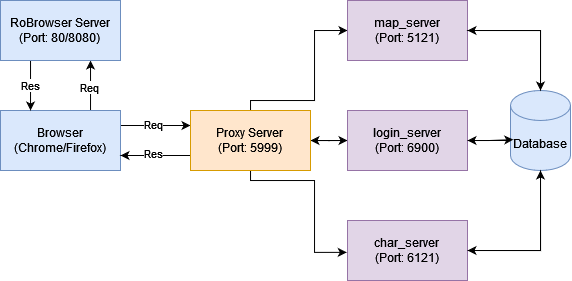
techguru536/roBrowserLegacy keeps this draw.io diagram as doc/img/ro-browser-app-flow.png. Above is the earlier version. Source tidied: cells renumbered, new cells last; positions are measured from the earlier drawing's top-left corner, leaving out a move shared by most shapes.
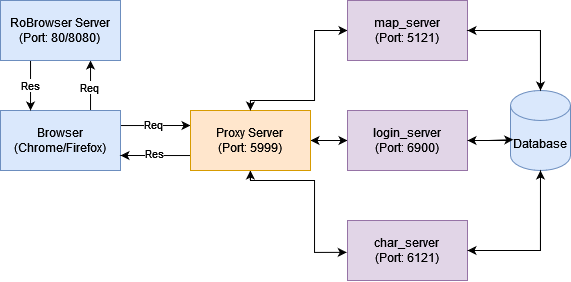
The same diagram one commit later.

Diff of the diagram source:
```diff
@@ -126,8 +126,28 @@
         <mxPoint x="6" y="-3" as="offset" />
       </mxGeometry>
     </mxCell>
+    <mxCell id="27" style="edgeStyle=orthogonalEdgeStyle;rounded=0;orthogonalLoop=1;jettySize=auto;html=1;" parent="1" edge="1">
+      <mxGeometry relative="1" as="geometry">
+        <mxPoint x="249.9" y="170" as="sourcePoint" />
+        <mxPoint x="249.9" y="170" as="targetPoint" />
+        <Array as="points">
+          <mxPoint x="249.9" y="180" />
+          <mxPoint x="249.9" y="180" />
+        </Array>
+      </mxGeometry>
+    </mxCell>
     <mxCell id="26" value="Proxy Server&lt;br&gt;(Port: 5999)" style="rounded=0;whiteSpace=wrap;html=1;fillColor=#ffe6cc;strokeColor=#d79b00;" parent="1" vertex="1">
       <mxGeometry x="190" y="110" width="120" height="60" as="geometry" />
     </mxCell>
+    <mxCell id="28" style="edgeStyle=orthogonalEdgeStyle;rounded=0;orthogonalLoop=1;jettySize=auto;html=1;" parent="1" edge="1">
+      <mxGeometry relative="1" as="geometry">
+        <mxPoint x="249.9" y="100" as="sourcePoint" />
+        <mxPoint x="250" y="110" as="targetPoint" />
+        <Array as="points">
+          <mxPoint x="249.9" y="110" />
+          <mxPoint x="249.9" y="110" />
+        </Array>
+      </mxGeometry>
+    </mxCell>
   </root>
 </mxGraphModel>
```
